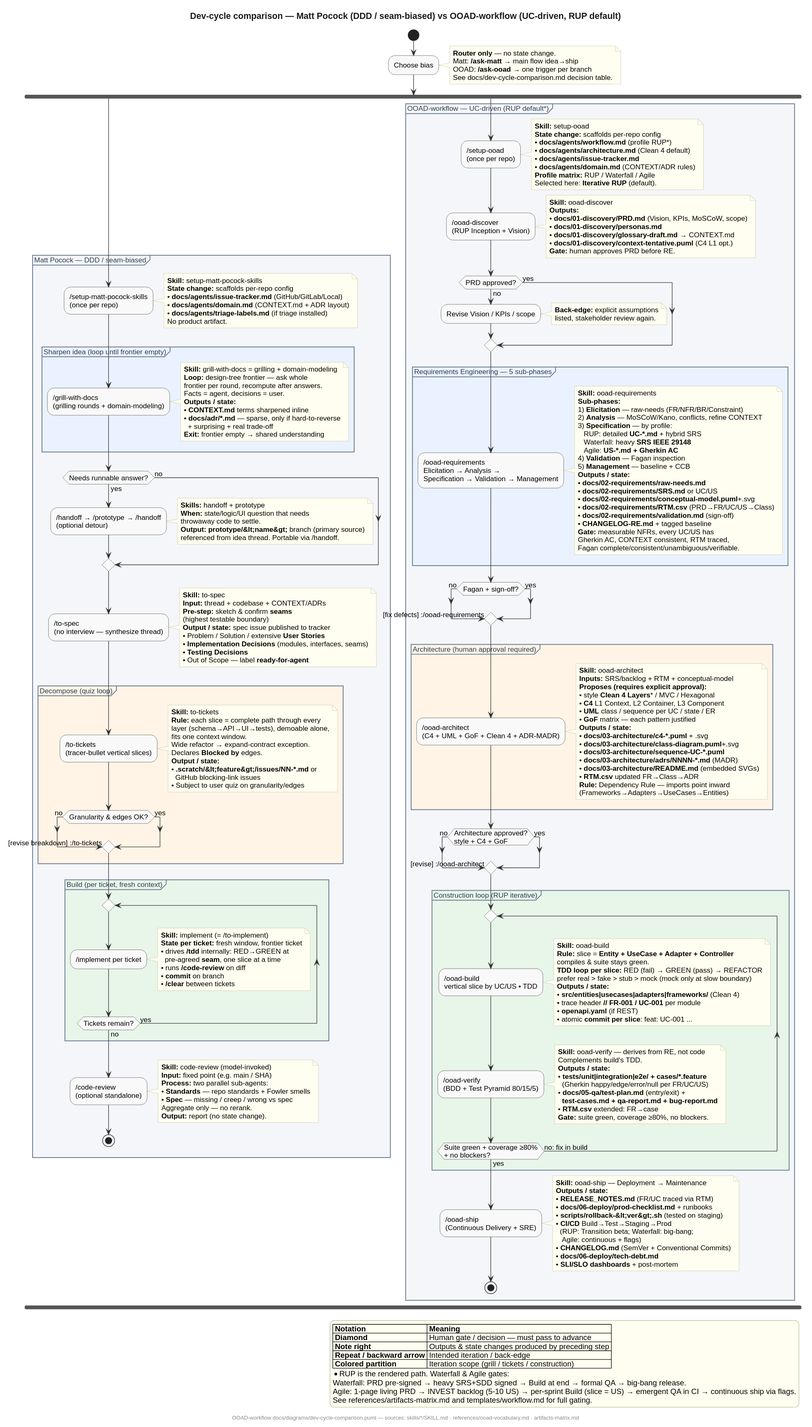
estebanmatias92/ooad-workflow keeps this PlantUML diagram as docs/diagrams/dev-cycle-comparison.svg. Above is the earlier version.
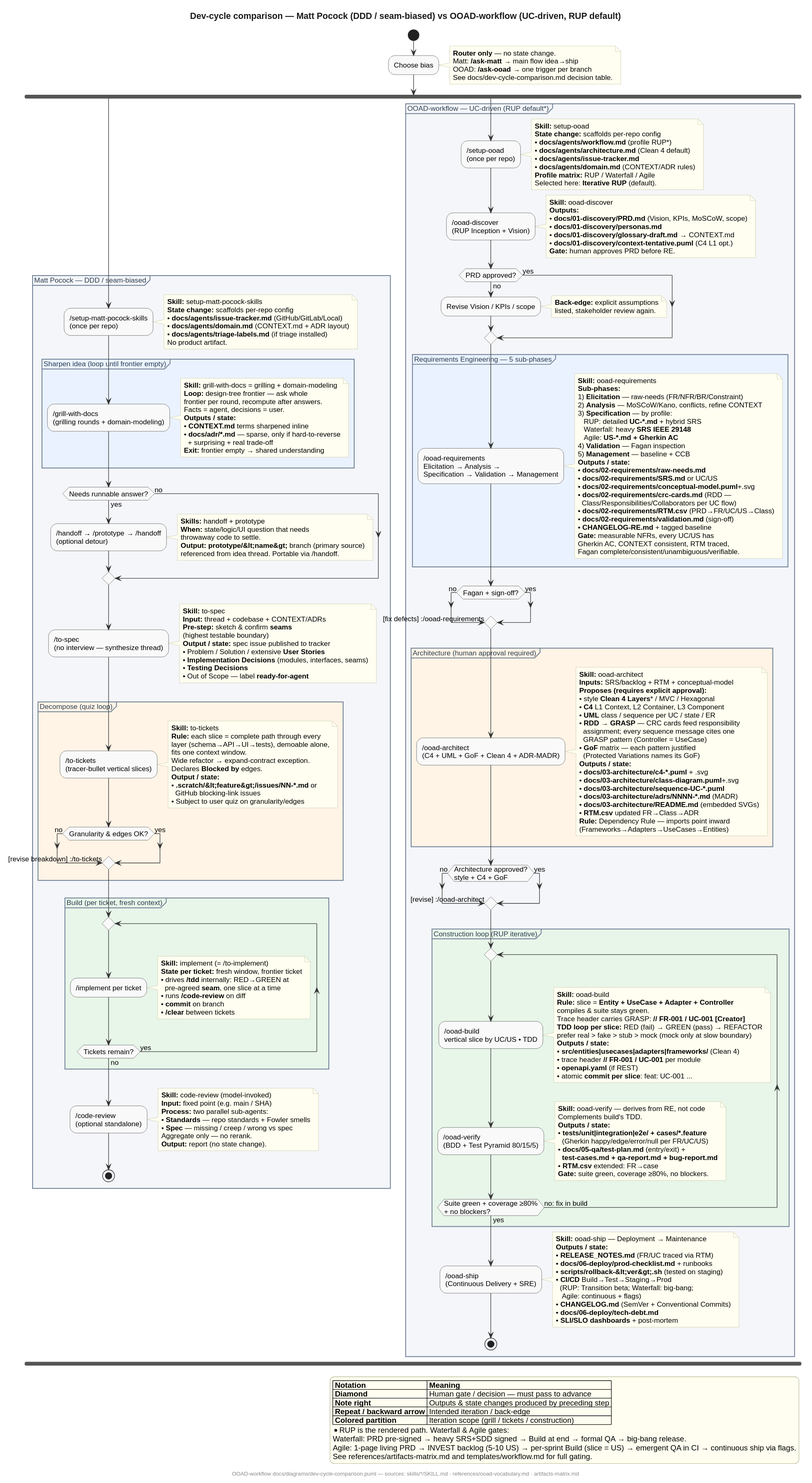
The same diagram one commit later.

Diff of the diagram source:
```diff
@@ -192,6 +192,8 @@
       • <b>docs/02-requirements/raw-needs.md</b>
       • <b>docs/02-requirements/SRS.md</b> or UC/US
       • <b>docs/02-requirements/conceptual-model.puml</b>+.svg
+      • <b>docs/02-requirements/crc-cards.md</b> (RDD —
+        Class/Responsibilities/Collaborators per UC flow)
       • <b>docs/02-requirements/RTM.csv</b> (PRD→FR/UC/US→Class)
       • <b>docs/02-requirements/validation.md</b> (sign-off)
       • <b>CHANGELOG-RE.md</b> + tagged baseline
@@ -215,7 +217,11 @@
       • style <b>Clean 4 Layers</b>* / MVC / Hexagonal
       • <b>C4</b> L1 Context, L2 Container, L3 Component
       • <b>UML</b> class / sequence per UC / state / ER
+      • <b>RDD → GRASP</b> — CRC cards feed responsibility
+        assignment; every sequence message cites one
+        GRASP pattern (Controller = UseCase)
       • <b>GoF</b> matrix — each pattern justified
+        (Protected Variations names its GoF)
       <b>Outputs / state:</b>
       • <b>docs/03-architecture/c4-*.puml</b> + .svg
       • <b>docs/03-architecture/class-diagram.puml</b>+.svg
@@ -240,6 +246,7 @@
         <b>Skill:</b> ooad-build
         <b>Rule:</b> slice = <b>Entity + UseCase + Adapter + Controller</b>
         compiles & suite stays green.
+        Trace header carries GRASP: <b>// FR-001 / UC-001 [Creator]</b>
         <b>TDD loop per slice:</b> RED (fail) → GREEN (pass) → REFACTOR
         prefer real > fake > stub > mock (mock only at slow boundary)
         <b>Outputs / state:</b>
```
